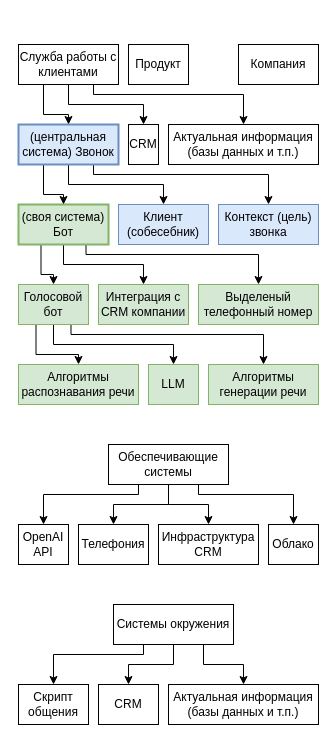
Earlier version of the draw.io diagram Untitled Diagram.drawio (Sinoosoida/TestRepo). Source tidied: cells renumbered, new cells numbered last; positions are measured from the earlier drawing's top-left corner, leaving out a move shared by most shapes. Both pictures are drawn from the tidied source at 100%, with x=0, y=0 at pixel (18, 44).
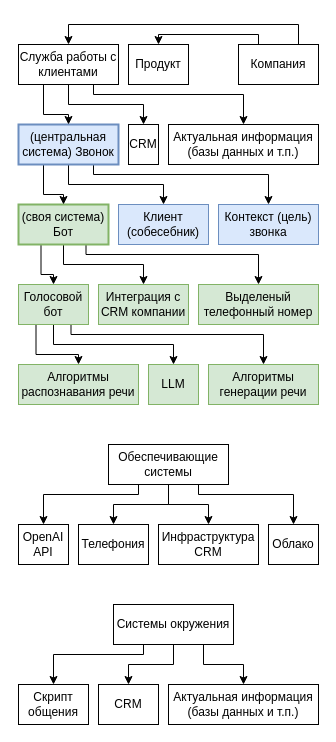
The same diagram, later.

The change refers to these unchanged cells:
```xml
<mxCell id="27" value="Служба работы с клиентами" style="rounded=0;whiteSpace=wrap;html=1;" parent="1" vertex="1">
  <mxGeometry width="100" height="40" as="geometry" />
</mxCell>
<mxCell id="31" value="Компания" style="rounded=0;whiteSpace=wrap;html=1;" parent="1" vertex="1">
  <mxGeometry x="220" width="80" height="40" as="geometry" />
</mxCell>
<mxCell id="32" value="Продукт" style="rounded=0;whiteSpace=wrap;html=1;" parent="1" vertex="1">
  <mxGeometry x="110" width="60" height="40" as="geometry" />
</mxCell>
```

Change to the diagram source:
```diff
@@
+    <mxCell id="46" style="edgeStyle=orthogonalEdgeStyle;rounded=0;jettySize=auto;html=1;exitX=0.25;exitY=0;exitDx=0;exitDy=0;entryX=0.5;entryY=0;entryDx=0;entryDy=0;" parent="1" edge="1" source="31" target="32">
+      <mxGeometry relative="1" as="geometry">
+        <Array as="points">
+          <mxPoint x="240" y="-10" />
+          <mxPoint x="140" y="-10" />
+        </Array>
+      </mxGeometry>
+    </mxCell>
+    <mxCell id="47" style="edgeStyle=orthogonalEdgeStyle;rounded=0;jettySize=auto;html=1;exitX=0.75;exitY=0;exitDx=0;exitDy=0;entryX=0.5;entryY=0;entryDx=0;entryDy=0;" parent="1" edge="1" source="31" target="27">
+      <mxGeometry relative="1" as="geometry" />
+    </mxCell>
```
